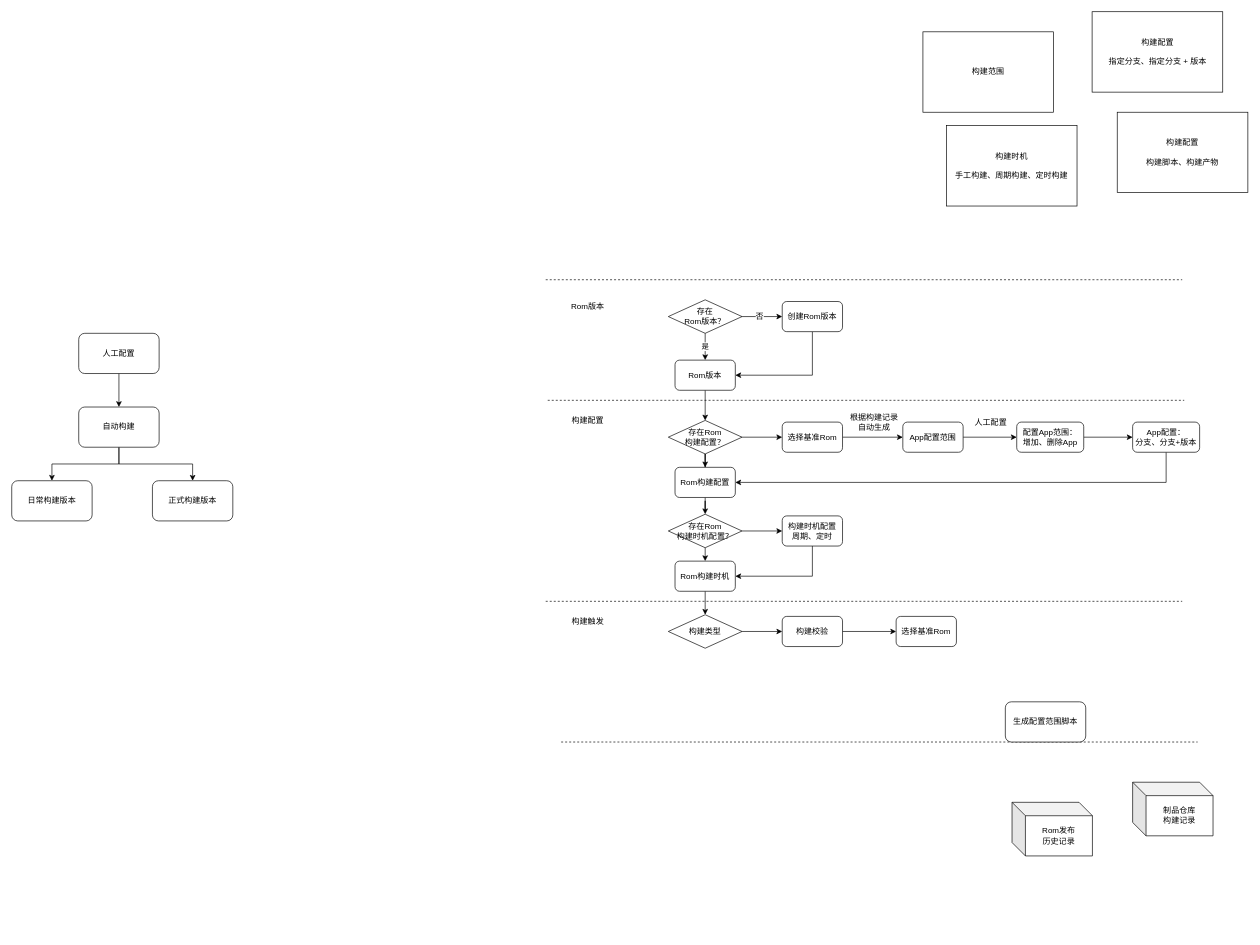
Above: Copy of 自动构建流程示意图.drawio in walkwall/drawing (draw.io), before the change. Source tidied: cells renumbered, new cells numbered last; positions are measured from the earlier drawing's top-left corner, leaving out a move shared by most shapes. Both pictures are drawn from the tidied source at 67%, with x=0, y=0 at pixel (11, 11).
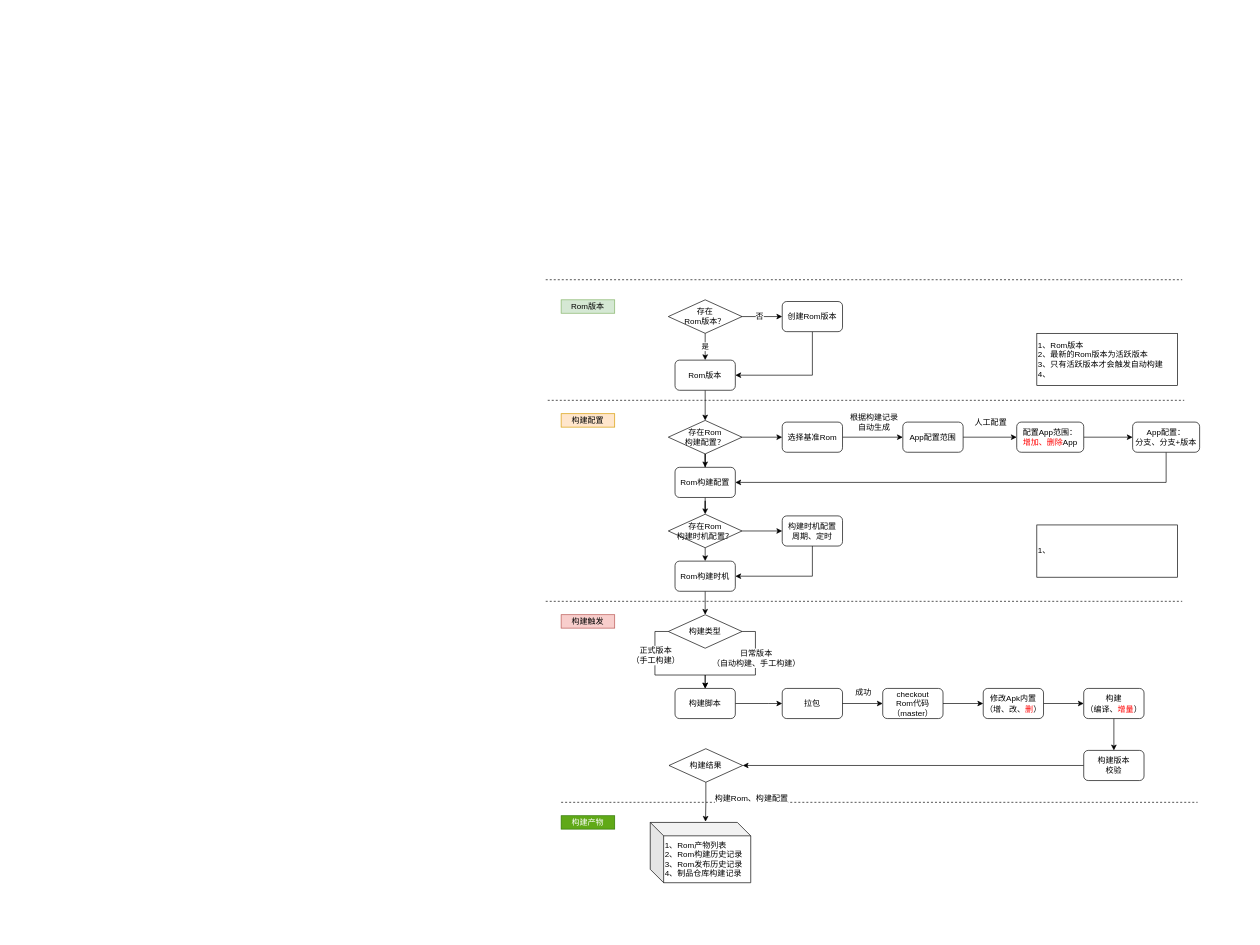
The same diagram, later.

Commit message (it also covers changes not shown here):
Update Copy of 自动构建流程示意图.drawio

Unchanged cells that the change refers to:
```xml
<mxCell id="54" value="构建类型" style="rhombus;whiteSpace=wrap;html=1;shadow=0;labelBackgroundColor=none;" parent="1" vertex="1">
  <mxGeometry x="980" y="900" width="110" height="50" as="geometry" />
</mxCell>
```

Diff of the diagram source:
```diff
@@
-    <mxCell id="2" value="构建范围" style="rounded=0;whiteSpace=wrap;html=1;" parent="1" vertex="1">
-      <mxGeometry x="1360" y="30" width="195" height="120" as="geometry" />
-    </mxCell>
-    <mxCell id="3" style="edgeStyle=orthogonalEdgeStyle;rounded=0;jettySize=auto;html=1;" parent="1" edge="1" source="4" target="7">
-      <mxGeometry relative="1" as="geometry" />
-    </mxCell>
-    <mxCell id="4" value="人工配置" style="rounded=1;whiteSpace=wrap;html=1;" parent="1" vertex="1">
-      <mxGeometry x="100" y="480" width="120" height="60" as="geometry" />
-    </mxCell>
-    <mxCell id="5" style="edgeStyle=orthogonalEdgeStyle;rounded=0;jettySize=auto;html=1;entryX=0.5;entryY=0;entryDx=0;entryDy=0;" parent="1" edge="1" source="7" target="9">
-      <mxGeometry relative="1" as="geometry" />
-    </mxCell>
-    <mxCell id="6" style="edgeStyle=orthogonalEdgeStyle;rounded=0;jettySize=auto;html=1;entryX=0.5;entryY=0;entryDx=0;entryDy=0;" parent="1" edge="1" source="7" target="8">
-      <mxGeometry relative="1" as="geometry" />
-    </mxCell>
-    <mxCell id="7" value="自动构建" style="rounded=1;whiteSpace=wrap;html=1;" parent="1" vertex="1">
-      <mxGeometry x="100" y="590" width="120" height="60" as="geometry" />
-    </mxCell>
-    <mxCell id="8" value="日常构建版本" style="rounded=1;whiteSpace=wrap;html=1;" parent="1" vertex="1">
-      <mxGeometry y="700" width="120" height="60" as="geometry" />
-    </mxCell>
-    <mxCell id="9" value="正式构建版本" style="rounded=1;whiteSpace=wrap;html=1;" parent="1" vertex="1">
-      <mxGeometry x="210" y="700" width="120" height="60" as="geometry" />
-    </mxCell>
+    <mxCell id="58" style="rounded=0;whiteSpace=wrap;html=1;shadow=0;labelBackgroundColor=none;strokeColor=none;fillColor=#FFFFFF;gradientColor=#ffffff;align=left;" parent="1" vertex="1">
+      <mxGeometry x="797" y="316" width="1013" height="1060" as="geometry" />
+    </mxCell>
@@
-    <mxCell id="11" value="构建配置" style="text;html=1;strokeColor=none;fillColor=none;align=center;verticalAlign=middle;whiteSpace=wrap;rounded=0;" parent="1" vertex="1">
-      <mxGeometry x="830" y="600" width="60" height="20" as="geometry" />
+    <mxCell id="11" value="构建配置" style="text;html=1;strokeColor=#d79b00;fillColor=#ffe6cc;align=center;verticalAlign=middle;whiteSpace=wrap;rounded=0;" parent="1" vertex="1">
+      <mxGeometry x="820" y="600" width="80" height="20" as="geometry" />
     </mxCell>
     <mxCell id="12" style="endArrow=none;dashed=1;html=1;" parent="1" edge="1">
       <mxGeometry relative="1" as="geometry">
-        <mxPoint x="820" y="1090" as="sourcePoint" />
-        <mxPoint x="1770" y="1090" as="targetPoint" />
+        <mxPoint x="820" y="1180" as="sourcePoint" />
+        <mxPoint x="1770" y="1180" as="targetPoint" />
       </mxGeometry>
     </mxCell>
@@
-    <mxCell id="14" value="构建触发" style="text;html=1;strokeColor=none;fillColor=none;align=center;verticalAlign=middle;whiteSpace=wrap;rounded=0;" parent="1" vertex="1">
-      <mxGeometry x="835" y="900" width="50" height="20" as="geometry" />
+    <mxCell id="14" value="构建触发" style="text;html=1;strokeColor=#b85450;fillColor=#f8cecc;align=center;verticalAlign=middle;whiteSpace=wrap;rounded=0;" parent="1" vertex="1">
+      <mxGeometry x="820" y="900" width="80" height="20" as="geometry" />
     </mxCell>
@@
-    <mxCell id="16" value="Rom版本" style="text;html=1;strokeColor=none;fillColor=none;align=center;verticalAlign=middle;whiteSpace=wrap;rounded=0;" parent="1" vertex="1">
+    <mxCell id="16" value="Rom版本" style="text;html=1;strokeColor=#82b366;fillColor=#d5e8d4;align=center;verticalAlign=middle;whiteSpace=wrap;rounded=0;" parent="1" vertex="1">
       <mxGeometry x="820" y="430" width="80" height="20" as="geometry" />
     </mxCell>
-    <mxCell id="17" value="&lt;span style=&quot;white-space: normal&quot;&gt;构建时机&lt;/span&gt;&lt;br style=&quot;white-space: normal&quot;&gt;&lt;br style=&quot;white-space: normal&quot;&gt;&lt;span style=&quot;white-space: normal&quot;&gt;手工构建、周期构建、定时构建&lt;/span&gt;" style="rounded=0;whiteSpace=wrap;html=1;" parent="1" vertex="1">
-      <mxGeometry x="1395" y="170" width="195" height="120" as="geometry" />
-    </mxCell>
-    <mxCell id="18" value="生成配置范围脚本" style="rounded=1;whiteSpace=wrap;html=1;" parent="1" vertex="1">
-      <mxGeometry x="1483" y="1030" width="120" height="60" as="geometry" />
-    </mxCell>
-    <mxCell id="19" value="Rom发布&lt;br&gt;历史记录" style="shape=cube;whiteSpace=wrap;html=1;boundedLbl=1;backgroundOutline=1;darkOpacity=0.05;darkOpacity2=0.1;" parent="1" vertex="1">
-      <mxGeometry x="1493" y="1180" width="120" height="80" as="geometry" />
-    </mxCell>
-    <mxCell id="20" value="构建配置&lt;br&gt;&lt;br&gt;指定分支、指定分支 + 版本" style="rounded=0;whiteSpace=wrap;html=1;" parent="1" vertex="1">
-      <mxGeometry x="1612.5" width="195" height="120" as="geometry" />
-    </mxCell>
-    <mxCell id="21" value="构建配置&lt;br&gt;&lt;br&gt;构建脚本、构建产物" style="rounded=0;whiteSpace=wrap;html=1;" parent="1" vertex="1">
-      <mxGeometry x="1650" y="150" width="195" height="120" as="geometry" />
-    </mxCell>
-    <mxCell id="22" value="制品仓库&lt;br&gt;构建记录" style="shape=cube;whiteSpace=wrap;html=1;boundedLbl=1;backgroundOutline=1;darkOpacity=0.05;darkOpacity2=0.1;" parent="1" vertex="1">
-      <mxGeometry x="1673" y="1150" width="120" height="80" as="geometry" />
-    </mxCell>
@@
-    <mxCell id="37" value="配置App范围：&lt;br&gt;增加、删除App" style="rounded=1;whiteSpace=wrap;html=1;shadow=0;labelBackgroundColor=none;" parent="1" vertex="1">
+    <mxCell id="37" value="配置App范围：&lt;br&gt;&lt;font color=&quot;#ff0000&quot;&gt;增加、删除&lt;/font&gt;App" style="rounded=1;whiteSpace=wrap;html=1;shadow=0;labelBackgroundColor=none;" parent="1" vertex="1">
       <mxGeometry x="1500" y="612.5" width="100" height="45" as="geometry" />
     </mxCell>
@@
-    <mxCell id="53" style="edgeStyle=orthogonalEdgeStyle;rounded=0;jettySize=auto;html=1;entryX=0;entryY=0.5;entryDx=0;entryDy=0;" parent="1" edge="1" source="54" target="56">
-      <mxGeometry relative="1" as="geometry" />
+    <mxCell id="53" style="edgeStyle=orthogonalEdgeStyle;rounded=0;jettySize=auto;html=1;entryX=0.5;entryY=0;entryDx=0;entryDy=0;" parent="1" edge="1" source="54" target="56">
+      <mxGeometry relative="1" as="geometry">
+        <Array as="points">
+          <mxPoint x="960" y="925" />
+          <mxPoint x="960" y="990" />
+          <mxPoint x="1035" y="990" />
+        </Array>
+      </mxGeometry>
     </mxCell>
+    <mxCell id="59" value="正式版本&lt;br&gt;（手工构建）" style="text;html=1;align=center;verticalAlign=middle;labelBackgroundColor=#ffffff;" parent="53" vertex="1">
+      <mxGeometry x="-0.2" relative="1" as="geometry">
+        <mxPoint y="-17" as="offset" />
+      </mxGeometry>
+    </mxCell>
+    <mxCell id="60" style="edgeStyle=orthogonalEdgeStyle;rounded=0;jettySize=auto;html=1;exitX=1;exitY=0.5;exitDx=0;exitDy=0;entryX=0.5;entryY=0;entryDx=0;entryDy=0;" parent="1" edge="1" source="54" target="56">
+      <mxGeometry relative="1" as="geometry">
+        <Array as="points">
+          <mxPoint x="1110" y="925" />
+          <mxPoint x="1110" y="990" />
+          <mxPoint x="1035" y="990" />
+        </Array>
+      </mxGeometry>
+    </mxCell>
+    <mxCell id="61" value="日常版本&lt;br&gt;（自动构建、手工构建）" style="text;html=1;align=center;verticalAlign=middle;labelBackgroundColor=#ffffff;" parent="60" vertex="1">
+      <mxGeometry x="0.19" y="2" relative="1" as="geometry">
+        <mxPoint x="22" y="-28" as="offset" />
+      </mxGeometry>
+    </mxCell>
@@
-    <mxCell id="55" style="edgeStyle=orthogonalEdgeStyle;rounded=0;jettySize=auto;html=1;" parent="1" edge="1" source="56" target="57">
-      <mxGeometry relative="1" as="geometry" />
+    <mxCell id="55" style="edgeStyle=orthogonalEdgeStyle;rounded=0;jettySize=auto;html=1;exitX=1;exitY=0.5;exitDx=0;exitDy=0;entryX=0;entryY=0.5;entryDx=0;entryDy=0;" parent="1" edge="1" source="56" target="57">
+      <mxGeometry relative="1" as="geometry">
+        <Array as="points">
+          <mxPoint x="1130" y="1033" />
+          <mxPoint x="1130" y="1033" />
+        </Array>
+      </mxGeometry>
     </mxCell>
-    <mxCell id="56" value="构建校验" style="rounded=1;whiteSpace=wrap;html=1;shadow=0;labelBackgroundColor=none;" parent="1" vertex="1">
-      <mxGeometry x="1150" y="902.5" width="90" height="45" as="geometry" />
+    <mxCell id="56" value="构建脚本" style="rounded=1;whiteSpace=wrap;html=1;shadow=0;labelBackgroundColor=none;" parent="1" vertex="1">
+      <mxGeometry x="990" y="1010" width="90" height="45" as="geometry" />
     </mxCell>
+    <mxCell id="62" style="edgeStyle=orthogonalEdgeStyle;rounded=0;jettySize=auto;html=1;" parent="1" edge="1" source="69" target="64">
+      <mxGeometry relative="1" as="geometry" />
+    </mxCell>
-    <mxCell id="57" value="选择基准Rom" style="rounded=1;whiteSpace=wrap;html=1;shadow=0;labelBackgroundColor=none;" parent="1" vertex="1">
-      <mxGeometry x="1320" y="902.5" width="90" height="45" as="geometry" />
+    <mxCell id="57" value="拉包" style="rounded=1;whiteSpace=wrap;html=1;shadow=0;labelBackgroundColor=none;" parent="1" vertex="1">
+      <mxGeometry x="1150" y="1010" width="90" height="45" as="geometry" />
     </mxCell>
+    <mxCell id="63" style="edgeStyle=orthogonalEdgeStyle;rounded=0;jettySize=auto;html=1;" parent="1" edge="1" source="64" target="66">
+      <mxGeometry relative="1" as="geometry" />
+    </mxCell>
+    <mxCell id="64" value="&lt;span style=&quot;white-space: normal&quot;&gt;修改Apk内置&lt;/span&gt;&lt;br style=&quot;white-space: normal&quot;&gt;&lt;span style=&quot;white-space: normal&quot;&gt;（增、改、&lt;font color=&quot;#ff0000&quot;&gt;删&lt;/font&gt;）&lt;/span&gt;" style="rounded=1;whiteSpace=wrap;html=1;shadow=0;labelBackgroundColor=none;" parent="1" vertex="1">
+      <mxGeometry x="1450" y="1010" width="90" height="45" as="geometry" />
+    </mxCell>
+    <mxCell id="65" style="edgeStyle=orthogonalEdgeStyle;rounded=0;jettySize=auto;html=1;" parent="1" edge="1" source="66" target="68">
+      <mxGeometry relative="1" as="geometry" />
+    </mxCell>
+    <mxCell id="66" value="构建&lt;br&gt;（编译、&lt;font color=&quot;#ff0000&quot;&gt;增量&lt;/font&gt;）" style="rounded=1;whiteSpace=wrap;html=1;shadow=0;labelBackgroundColor=none;" parent="1" vertex="1">
+      <mxGeometry x="1600" y="1010" width="90" height="45" as="geometry" />
+    </mxCell>
+    <mxCell id="67" style="edgeStyle=orthogonalEdgeStyle;rounded=0;jettySize=auto;html=1;" parent="1" edge="1" source="68" target="74">
+      <mxGeometry relative="1" as="geometry" />
+    </mxCell>
+    <mxCell id="68" value="构建版本&lt;br&gt;校验" style="rounded=1;whiteSpace=wrap;html=1;shadow=0;labelBackgroundColor=none;" parent="1" vertex="1">
+      <mxGeometry x="1600" y="1102.5" width="90" height="45" as="geometry" />
+    </mxCell>
+    <mxCell id="69" value="checkout&lt;br&gt;Rom代码（master）" style="rounded=1;whiteSpace=wrap;html=1;shadow=0;labelBackgroundColor=none;" parent="1" vertex="1">
+      <mxGeometry x="1300" y="1010" width="90" height="45" as="geometry" />
+    </mxCell>
+    <mxCell id="70" style="edgeStyle=orthogonalEdgeStyle;rounded=0;jettySize=auto;html=1;" parent="1" edge="1" source="57" target="69">
+      <mxGeometry relative="1" as="geometry" />
+    </mxCell>
+    <mxCell id="71" value="成功" style="text;html=1;align=center;verticalAlign=middle;labelBackgroundColor=#ffffff;" parent="70" vertex="1">
+      <mxGeometry x="0.1" y="2" relative="1" as="geometry">
+        <mxPoint x="-3" y="-14.5" as="offset" />
+      </mxGeometry>
+    </mxCell>
+    <mxCell id="72" style="edgeStyle=orthogonalEdgeStyle;rounded=0;jettySize=auto;html=1;entryX=0.55;entryY=-0.012;entryDx=0;entryDy=0;entryPerimeter=0;" parent="1" edge="1" source="74" target="75">
+      <mxGeometry relative="1" as="geometry" />
+    </mxCell>
+    <mxCell id="73" value="构建Rom、构建配置" style="text;html=1;align=center;verticalAlign=middle;labelBackgroundColor=#ffffff;" parent="72" vertex="1">
+      <mxGeometry x="-0.34" y="3" relative="1" as="geometry">
+        <mxPoint x="64" y="4" as="offset" />
+      </mxGeometry>
+    </mxCell>
+    <mxCell id="74" value="构建结果" style="rhombus;whiteSpace=wrap;html=1;shadow=0;labelBackgroundColor=none;" parent="1" vertex="1">
+      <mxGeometry x="981" y="1100" width="110" height="50" as="geometry" />
+    </mxCell>
+    <mxCell id="75" value="1、Rom产物列表&lt;br&gt;2、Rom构建历史记录&lt;br&gt;3、Rom发布历史记录&lt;br&gt;4、制品仓库构建记录" style="shape=cube;whiteSpace=wrap;html=1;boundedLbl=1;backgroundOutline=1;darkOpacity=0.05;darkOpacity2=0.1;align=left;" parent="1" vertex="1">
+      <mxGeometry x="953" y="1210" width="150" height="90" as="geometry" />
+    </mxCell>
+    <mxCell id="76" value="构建产物" style="text;html=1;strokeColor=#2D7600;fillColor=#60a917;align=center;verticalAlign=middle;whiteSpace=wrap;rounded=0;fontColor=#ffffff;" parent="1" vertex="1">
+      <mxGeometry x="820" y="1200" width="80" height="20" as="geometry" />
+    </mxCell>
+    <mxCell id="77" value="1、Rom版本&lt;br&gt;2、最新的Rom版本为活跃版本&lt;br&gt;3、只有活跃版本才会触发自动构建&lt;br&gt;4、" style="rounded=0;whiteSpace=wrap;html=1;shadow=0;labelBackgroundColor=none;strokeColor=#000000;fillColor=#FFFFFF;gradientColor=#ffffff;align=left;" parent="1" vertex="1">
+      <mxGeometry x="1530" y="480" width="210" height="78" as="geometry" />
+    </mxCell>
+    <mxCell id="78" value="1、" style="rounded=0;whiteSpace=wrap;html=1;shadow=0;labelBackgroundColor=none;strokeColor=#000000;fillColor=#FFFFFF;gradientColor=#ffffff;align=left;" parent="1" vertex="1">
+      <mxGeometry x="1530" y="766" width="210" height="78" as="geometry" />
+    </mxCell>
```
